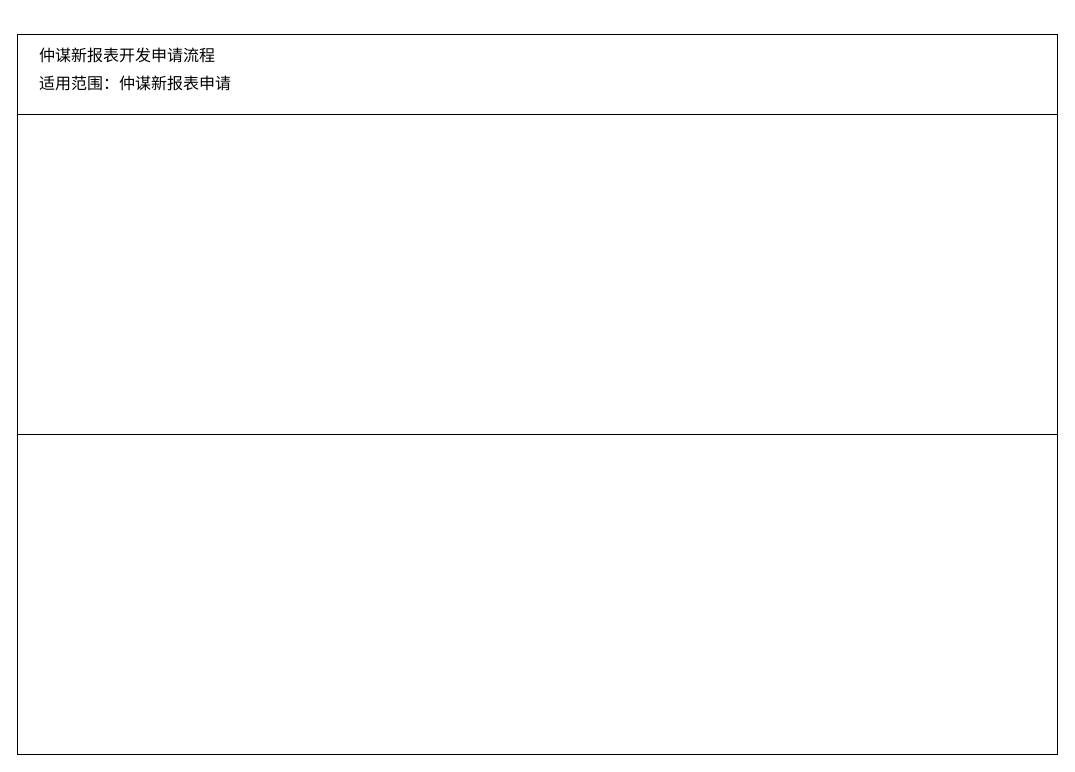
fangzheng0518/draw keeps this draw.io diagram as page "新报表开发需求申请流程" (1 of 3) of pet_data_warehouse/内控流程.drawio. Above is the earlier version. Source tidied: cells renumbered, new cells numbered last; positions are measured from the earlier drawing's top-left corner, leaving out a move shared by most shapes. Both pictures are drawn from the tidied source at 100%, with x=0, y=0 at pixel (17, 34).
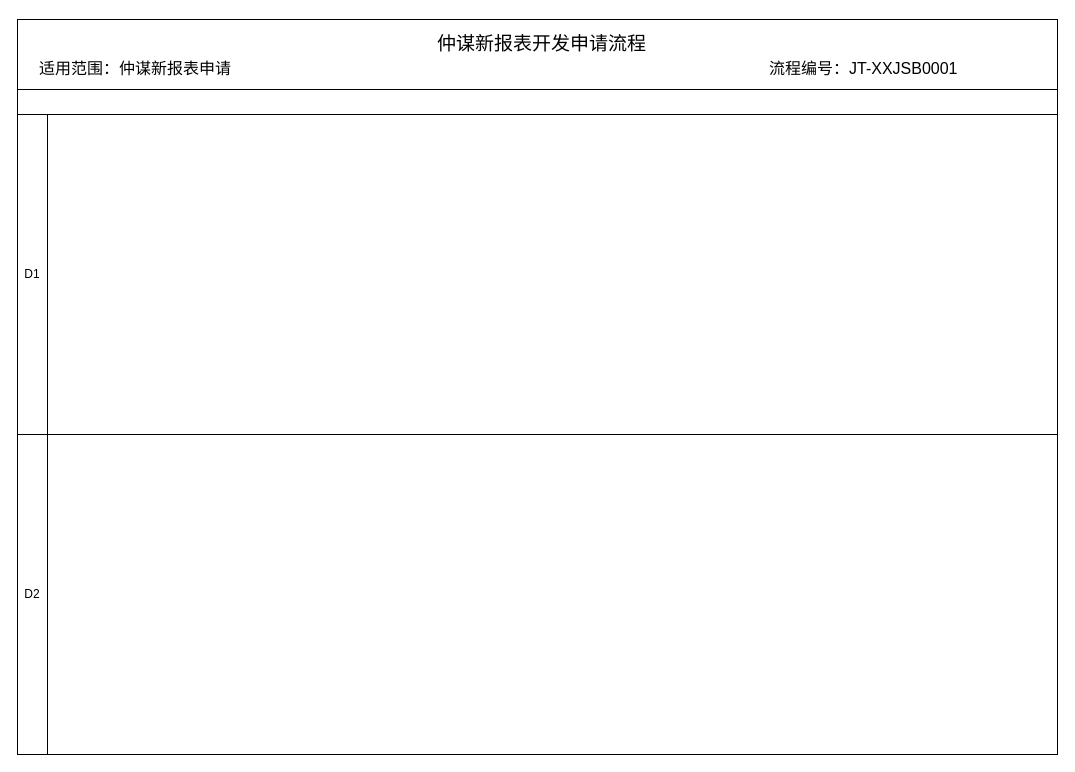
Above is the later version.

Commit message (it also covers changes not shown here):
更新内控流程.drawio

The edit, as a diff of the source:
```diff
@@
 <mxGraphModel>
   <root>
     <mxCell id="0" />
     <mxCell id="1" parent="0" />
-    <mxCell id="2" style="rounded=0;whiteSpace=wrap;html=1;" parent="1" vertex="1">
-      <mxGeometry width="1040" height="80" as="geometry" />
-    </mxCell>
     <mxCell id="3" style="rounded=0;whiteSpace=wrap;html=1;" parent="1" vertex="1">
-      <mxGeometry y="80" width="1040" height="320" as="geometry" />
+      <mxGeometry x="30" y="80" width="1010" height="320" as="geometry" />
     </mxCell>
     <mxCell id="4" style="rounded=0;whiteSpace=wrap;html=1;" parent="1" vertex="1">
-      <mxGeometry y="400" width="1040" height="320" as="geometry" />
+      <mxGeometry x="30" y="400" width="1010" height="320" as="geometry" />
     </mxCell>
+    <mxCell id="7" value="D1" style="rounded=0;whiteSpace=wrap;html=1;" parent="1" vertex="1">
+      <mxGeometry y="80" width="30" height="320" as="geometry" />
+    </mxCell>
+    <mxCell id="8" value="D2" style="rounded=0;whiteSpace=wrap;html=1;" parent="1" vertex="1">
+      <mxGeometry y="400" width="30" height="320" as="geometry" />
+    </mxCell>
+    <mxCell id="9" style="rounded=0;whiteSpace=wrap;html=1;" parent="1" vertex="1">
+      <mxGeometry y="55" width="1040" height="25" as="geometry" />
+    </mxCell>
+    <mxCell id="2" style="rounded=0;whiteSpace=wrap;html=1;" parent="1" vertex="1">
+      <mxGeometry y="-15" width="1040" height="70" as="geometry" />
+    </mxCell>
-    <mxCell id="5" value="&lt;p class=&quot;MsoNormal&quot; style=&quot;margin-bottom: 8pt ; line-height: 15.6933px ; font-family: &amp;#34;calibri&amp;#34; ; font-size: 11pt&quot;&gt;&lt;span style=&quot;font-size: 12pt&quot;&gt;仲谋新报表开发申请&lt;/span&gt;&lt;span style=&quot;font-size: 12pt&quot;&gt;&lt;font face=&quot;宋体&quot;&gt;流程&lt;/font&gt;&lt;/span&gt;&lt;/p&gt;" style="text;html=1;strokeColor=none;fillColor=none;align=left;verticalAlign=middle;whiteSpace=wrap;rounded=0;" parent="1" vertex="1">
-      <mxGeometry x="20" y="10" width="190" height="20" as="geometry" />
+    <mxCell id="5" value="&lt;p class=&quot;MsoNormal&quot; style=&quot;margin-bottom: 8pt ; line-height: 15.6933px ; font-family: &amp;#34;calibri&amp;#34; ; font-size: 19px&quot;&gt;&lt;span&gt;仲谋新报表开发申请&lt;/span&gt;&lt;span&gt;&lt;font face=&quot;宋体&quot; style=&quot;font-size: 19px&quot;&gt;流程&lt;/font&gt;&lt;/span&gt;&lt;/p&gt;" style="text;html=1;strokeColor=none;fillColor=none;align=left;verticalAlign=middle;whiteSpace=wrap;rounded=0;" parent="1" vertex="1">
+      <mxGeometry x="417.5" y="-5" width="235" height="20" as="geometry" />
     </mxCell>
     <mxCell id="6" value="&lt;p class=&quot;MsoNormal&quot; style=&quot;margin-bottom: 8pt ; line-height: 15.6933px ; font-family: &amp;#34;calibri&amp;#34;&quot;&gt;&lt;span style=&quot;font-size: 16px&quot;&gt;适用范围：仲谋新报表申请&lt;/span&gt;&lt;/p&gt;" style="text;html=1;strokeColor=none;fillColor=none;align=left;verticalAlign=middle;whiteSpace=wrap;rounded=0;" parent="1" vertex="1">
-      <mxGeometry x="20" y="40" width="220" height="20" as="geometry" />
+      <mxGeometry x="20" y="25" width="220" height="20" as="geometry" />
     </mxCell>
+    <mxCell id="10" value="&lt;p class=&quot;MsoNormal&quot; style=&quot;margin-bottom: 8pt ; line-height: 15.6933px ; font-family: &amp;#34;calibri&amp;#34;&quot;&gt;&lt;span style=&quot;font-size: 16px&quot;&gt;流程编号：JT-XXJSB0001&lt;/span&gt;&lt;/p&gt;" style="text;html=1;strokeColor=none;fillColor=none;align=left;verticalAlign=middle;whiteSpace=wrap;rounded=0;" parent="1" vertex="1">
+      <mxGeometry x="750" y="25" width="210" height="20" as="geometry" />
+    </mxCell>
   </root>
 </mxGraphModel>
```
